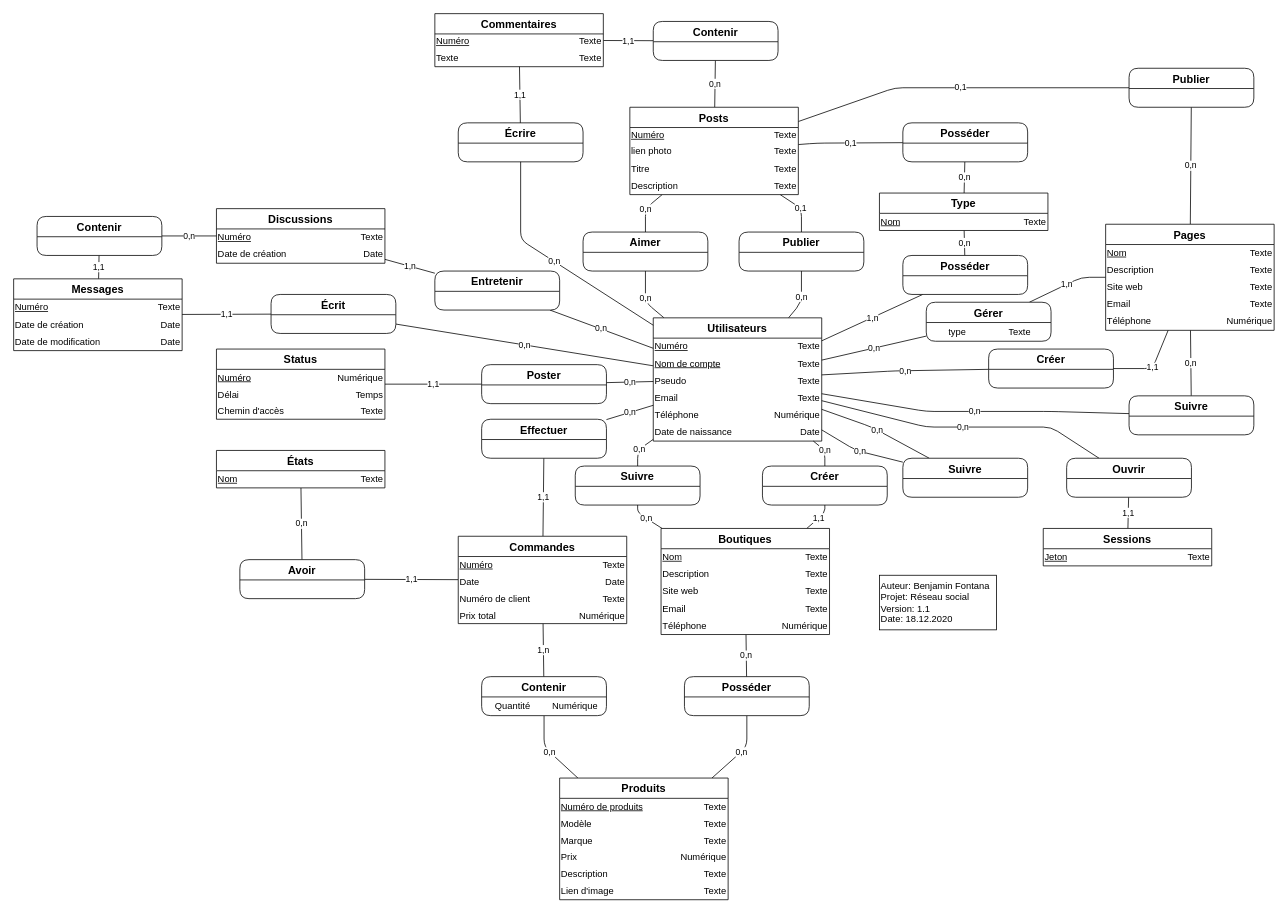
Before: MCD RS.drawio in R0kkxSynetique/MA-08-Modele_ReseauSocial, a draw.io diagram. Source tidied: cells renumbered, new cells numbered last; positions are measured from the earlier drawing's top-left corner, leaving out a move shared by most shapes. Both pictures are drawn from the tidied source at 78%, with x=0, y=0 at pixel (13, 13).
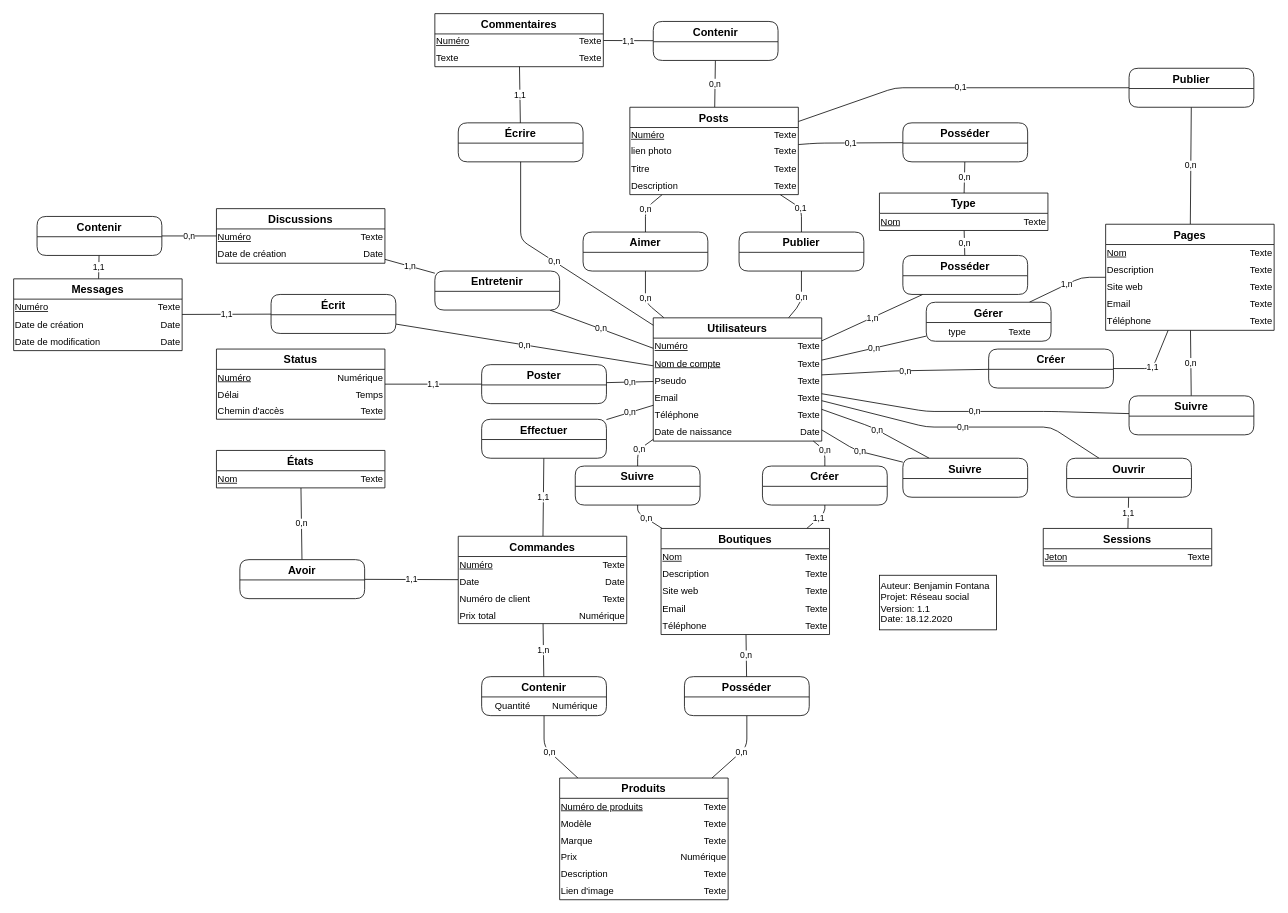
After the change.

Unchanged cells that the change refers to:
```xml
<mxCell id="22" style="shape=partialRectangle;html=1;whiteSpace=wrap;fillColor=none;top=0;left=0;bottom=0;right=0;" parent="9" vertex="1">
  <mxGeometry y="88" width="216" height="22" as="geometry" />
</mxCell>
<mxCell id="162" style="shape=partialRectangle;html=1;whiteSpace=wrap;fillColor=none;top=0;left=0;bottom=0;right=0;" parent="149" vertex="1">
  <mxGeometry y="88" width="216" height="22" as="geometry" />
</mxCell>
<mxCell id="234" style="shape=partialRectangle;html=1;whiteSpace=wrap;fillColor=none;top=0;left=0;bottom=0;right=0;" parent="221" vertex="1">
  <mxGeometry y="88" width="216" height="22" as="geometry" />
</mxCell>
```

Change to the diagram source:
```diff
@@
-    <mxCell id="24" value="Numérique" style="shape=partialRectangle;html=1;whiteSpace=wrap;fillColor=none;top=0;left=0;bottom=0;right=0;overflow=hidden;align=right;" parent="22" vertex="1">
+    <mxCell id="24" value="Texte" style="shape=partialRectangle;html=1;whiteSpace=wrap;fillColor=none;top=0;left=0;bottom=0;right=0;overflow=hidden;align=right;" parent="22" vertex="1">
       <mxGeometry x="108" width="108" height="22" as="geometry" />
     </mxCell>
@@
-    <mxCell id="164" value="Numérique" style="shape=partialRectangle;html=1;whiteSpace=wrap;fillColor=none;top=0;left=0;bottom=0;right=0;overflow=hidden;align=right;" parent="162" vertex="1">
+    <mxCell id="164" value="Texte" style="shape=partialRectangle;html=1;whiteSpace=wrap;fillColor=none;top=0;left=0;bottom=0;right=0;overflow=hidden;align=right;" parent="162" vertex="1">
       <mxGeometry x="108" width="108" height="22" as="geometry" />
     </mxCell>
@@
-    <mxCell id="236" value="Numérique" style="shape=partialRectangle;html=1;whiteSpace=wrap;fillColor=none;top=0;left=0;bottom=0;right=0;overflow=hidden;align=right;" parent="234" vertex="1">
+    <mxCell id="236" value="Texte" style="shape=partialRectangle;html=1;whiteSpace=wrap;fillColor=none;top=0;left=0;bottom=0;right=0;overflow=hidden;align=right;" parent="234" vertex="1">
       <mxGeometry x="108" width="108" height="22" as="geometry" />
     </mxCell>
```
